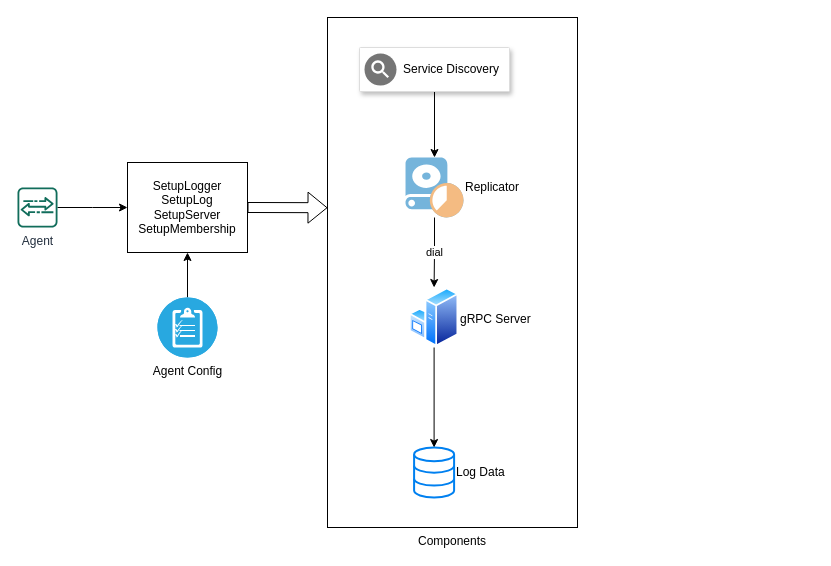
The draw.io diagram page "Service Discovery" (4 of 5) of DistributedServicesWithGo/documents/DistributedServicesWithGo.drawio in utwoo/DistributedServicesWithGo, before the edit. Source tidied: cells renumbered, new cells numbered last; positions are measured from the earlier drawing's top-left corner, leaving out a move shared by most shapes. Both pictures are drawn from the tidied source at 100%, with x=0, y=0 at pixel (17, 17).
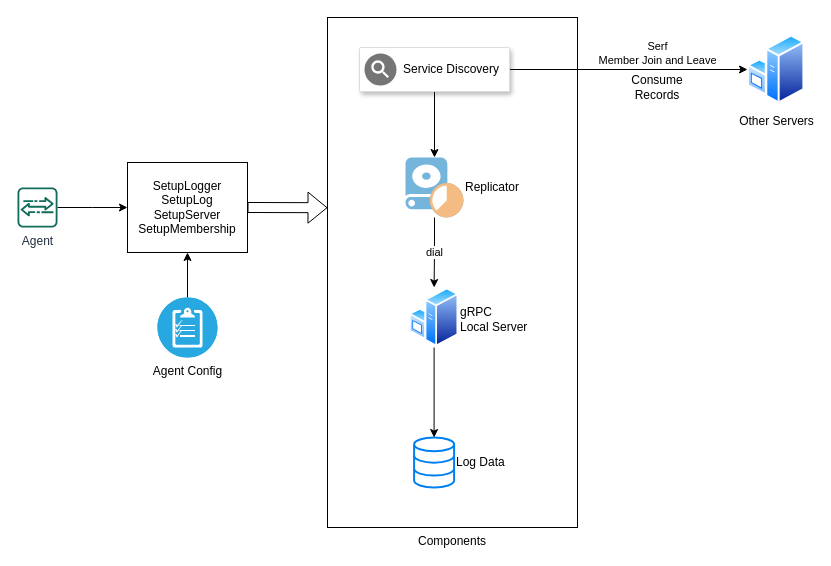
After the change.

The change refers to these unchanged cells:
```xml
<mxCell id="14" style="strokeColor=#dddddd;shadow=1;strokeWidth=1;rounded=1;absoluteArcSize=1;arcSize=2;" parent="1" vertex="1">
  <mxGeometry x="342" y="30" width="150" height="44" as="geometry" />
</mxCell>
```

Diff of the diagram source:
```diff
@@
     <mxCell id="8" value="Log Data" style="html=1;verticalLabelPosition=middle;align=left;labelBackgroundColor=#ffffff;verticalAlign=middle;strokeWidth=2;strokeColor=#0080F0;shadow=0;dashed=0;shape=mxgraph.ios7.icons.data;labelPosition=right;" parent="1" vertex="1">
-      <mxGeometry x="396.6" y="430" width="40" height="50" as="geometry" />
+      <mxGeometry x="396.6" y="420" width="40" height="50" as="geometry" />
     </mxCell>
@@
-    <mxCell id="10" value="gRPC Server" style="perimeter=ellipsePerimeter;html=1;align=left;shadow=0;dashed=0;spacingTop=3;image;image=img/lib/active_directory/windows_server.svg;labelPosition=right;verticalLabelPosition=middle;verticalAlign=middle;" parent="1" vertex="1">
+    <mxCell id="10" value="gRPC &lt;br&gt;Local Server" style="perimeter=ellipsePerimeter;html=1;align=left;shadow=0;dashed=0;spacingTop=3;image;image=img/lib/active_directory/windows_server.svg;labelPosition=right;verticalLabelPosition=middle;verticalAlign=middle;" parent="1" vertex="1">
       <mxGeometry x="392" y="270" width="49.2" height="60" as="geometry" />
     </mxCell>
@@
+    <mxCell id="17" style="edgeStyle=orthogonalEdgeStyle;rounded=0;jettySize=auto;html=1;" parent="1" edge="1" source="14" target="19">
+      <mxGeometry relative="1" as="geometry" />
+    </mxCell>
+    <mxCell id="18" value="Serf&lt;br&gt;Member Join and Leave" style="edgeLabel;html=1;align=center;verticalAlign=middle;" parent="17" vertex="1">
+      <mxGeometry x="0.24" y="-4" relative="1" as="geometry">
+        <mxPoint x="-1" y="-21" as="offset" />
+      </mxGeometry>
+    </mxCell>
@@
+    <mxCell id="19" value="Other Servers" style="perimeter=ellipsePerimeter;html=1;align=center;shadow=0;dashed=0;spacingTop=3;image;image=img/lib/active_directory/windows_server.svg;" parent="1" vertex="1">
+      <mxGeometry x="730" y="17" width="57.4" height="70" as="geometry" />
+    </mxCell>
+    <mxCell id="20" value="Consume Records" style="text;html=1;strokeColor=none;fillColor=none;align=center;verticalAlign=middle;whiteSpace=wrap;rounded=0;" parent="1" vertex="1">
+      <mxGeometry x="620" y="60" width="40" height="20" as="geometry" />
+    </mxCell>
```
